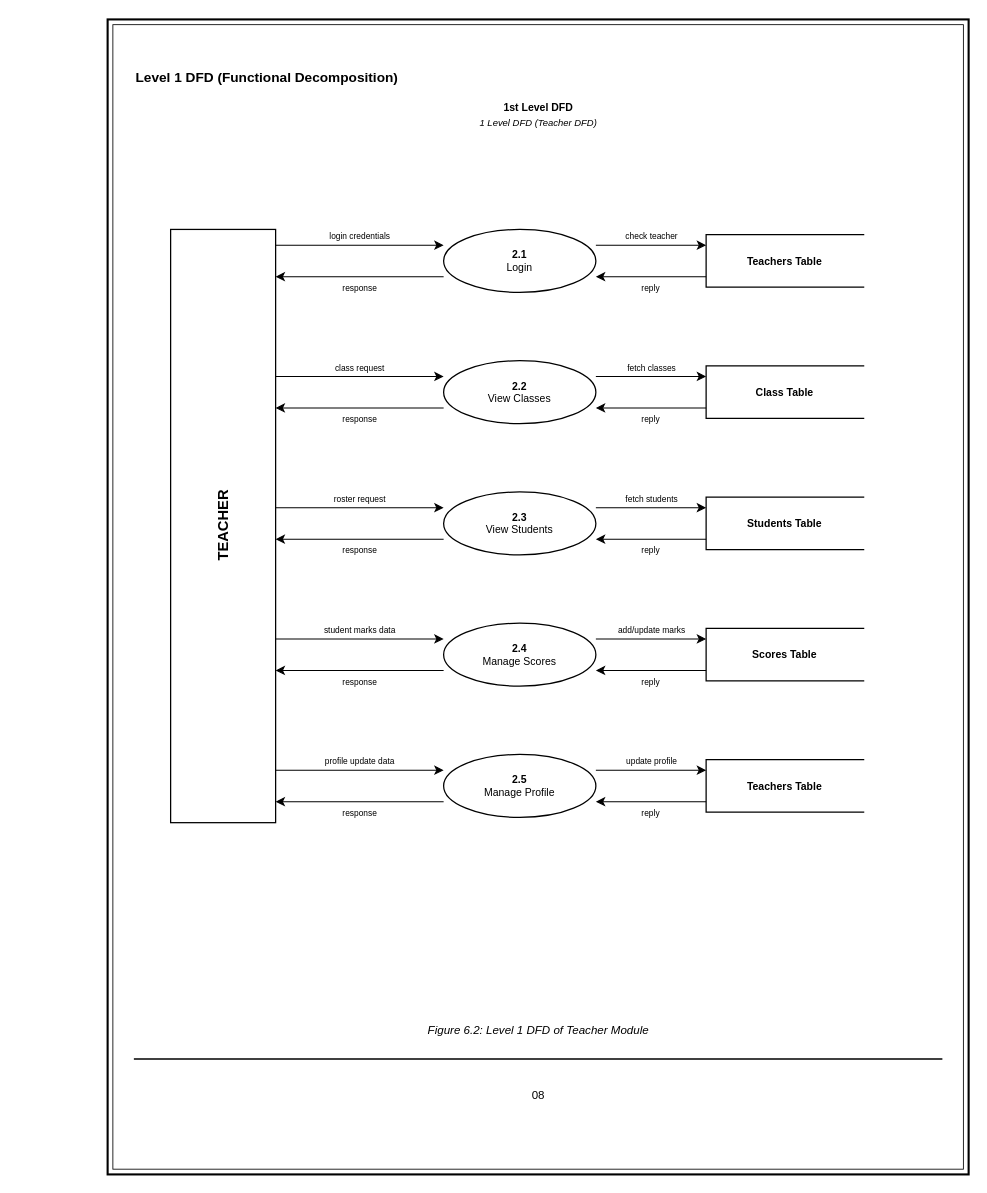
Above: teacher.drawio in aman2910sm-code/schoole (draw.io), before the change. Source tidied: cells renumbered, new cells numbered last; positions are measured from the earlier drawing's top-left corner, leaving out a move shared by most shapes. Both pictures are drawn from the tidied source at 105%, with x=0, y=0 at pixel (107, 19).
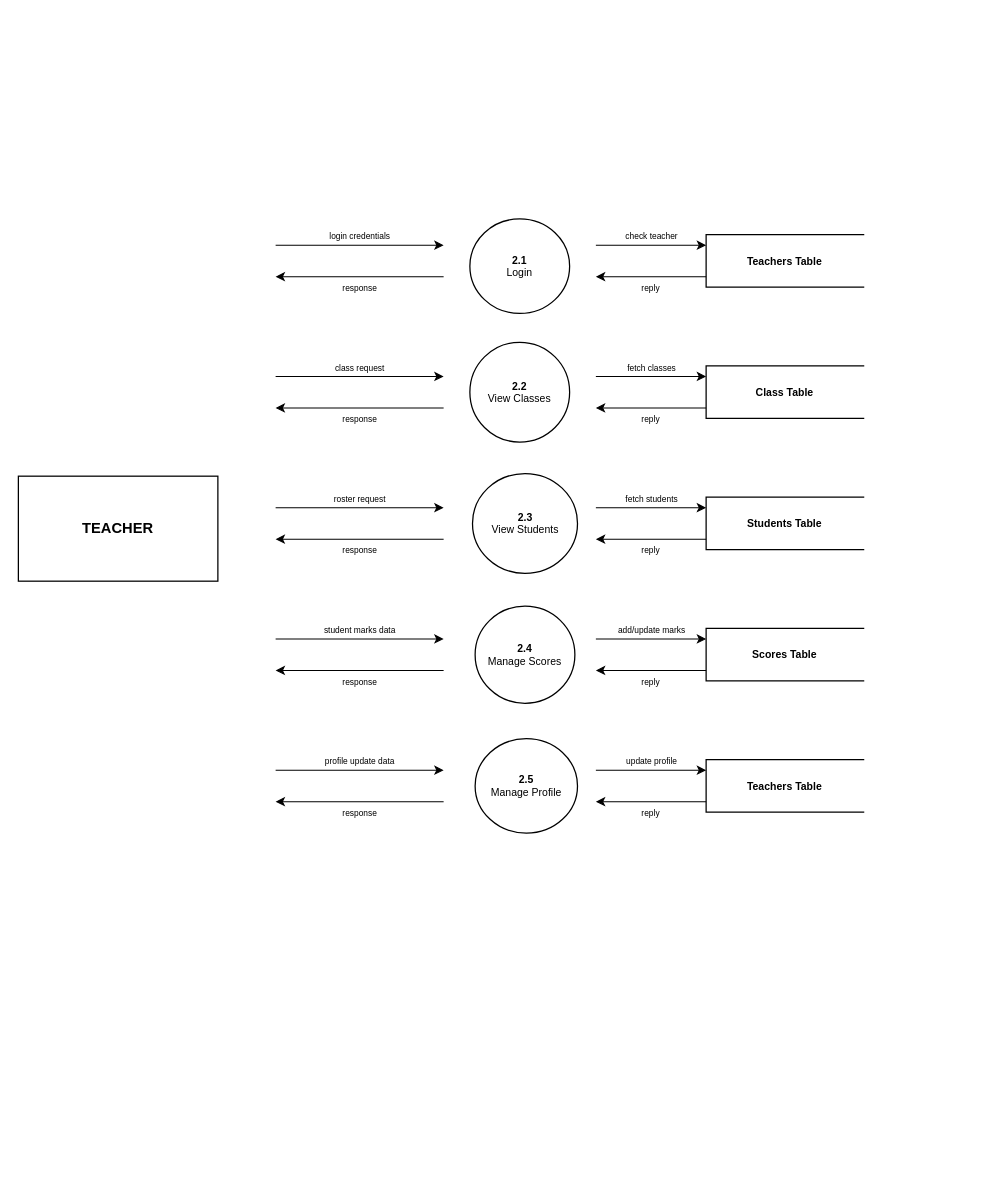
Above is the later version.

What changed in the source:
```diff
@@
-    <mxCell id="2" style="rounded=0;whiteSpace=wrap;html=1;fillColor=none;strokeColor=#000000;strokeWidth=2;" parent="1" vertex="1">
-      <mxGeometry width="820" height="1100" as="geometry" />
-    </mxCell>
-    <mxCell id="3" style="rounded=0;whiteSpace=wrap;html=1;fillColor=none;strokeColor=#000000;strokeWidth=0.8;" parent="1" vertex="1">
-      <mxGeometry x="5" y="5" width="810" height="1090" as="geometry" />
-    </mxCell>
-    <mxCell id="4" value="&lt;b&gt;Level 1 DFD (Functional Decomposition)&lt;/b&gt;" style="text;html=1;align=left;verticalAlign=middle;fontSize=13;fontColor=#000000;" parent="1" vertex="1">
-      <mxGeometry x="25" y="40" width="350" height="30" as="geometry" />
-    </mxCell>
-    <mxCell id="5" value="&lt;b&gt;1st Level DFD&lt;/b&gt;" style="text;html=1;align=center;verticalAlign=middle;fontSize=10;fontColor=#000000;" parent="1" vertex="1">
-      <mxGeometry x="310" y="75" width="200" height="18" as="geometry" />
-    </mxCell>
-    <mxCell id="6" value="&lt;i&gt;1 Level DFD (Teacher DFD)&lt;/i&gt;" style="text;html=1;align=center;verticalAlign=middle;fontSize=9;fontColor=#000000;" parent="1" vertex="1">
-      <mxGeometry x="310" y="90" width="200" height="18" as="geometry" />
-    </mxCell>
-    <mxCell id="7" value="&lt;b&gt;TEACHER&lt;/b&gt;" style="rounded=0;whiteSpace=wrap;html=1;fillColor=#FFFFFF;strokeColor=#000000;strokeWidth=1.2;fontColor=#000000;fontSize=14;fontStyle=1;horizontal=0;align=center;verticalAlign=middle;" parent="1" vertex="1">
-      <mxGeometry x="60" y="200" width="100" height="565" as="geometry" />
+    <mxCell id="7" value="&lt;b&gt;TEACHER&lt;/b&gt;" style="rounded=0;whiteSpace=wrap;html=1;fillColor=#FFFFFF;strokeColor=#000000;strokeWidth=1.2;fontColor=#000000;fontSize=14;fontStyle=1;horizontal=0;align=center;verticalAlign=middle;rotation=90;" parent="1" vertex="1">
+      <mxGeometry x="-40" y="390" width="100" height="190" as="geometry" />
     </mxCell>
     <mxCell id="8" value="&lt;b&gt;2.1&lt;/b&gt;&lt;br/&gt;Login" style="ellipse;whiteSpace=wrap;html=1;fillColor=#FFFFFF;strokeColor=#000000;strokeWidth=1.2;fontColor=#000000;fontSize=10;align=center;verticalAlign=middle;" parent="1" vertex="1">
-      <mxGeometry x="320" y="200" width="145" height="60" as="geometry" />
+      <mxGeometry x="345" y="190" width="95" height="90" as="geometry" />
     </mxCell>
@@
     <mxCell id="14" value="&lt;b&gt;2.2&lt;/b&gt;&lt;br/&gt;View Classes" style="ellipse;whiteSpace=wrap;html=1;fillColor=#FFFFFF;strokeColor=#000000;strokeWidth=1.2;fontColor=#000000;fontSize=10;align=center;verticalAlign=middle;" parent="1" vertex="1">
-      <mxGeometry x="320" y="325" width="145" height="60" as="geometry" />
+      <mxGeometry x="345" y="307.5" width="95" height="95" as="geometry" />
     </mxCell>
@@
     <mxCell id="20" value="&lt;b&gt;2.3&lt;/b&gt;&lt;br/&gt;View Students" style="ellipse;whiteSpace=wrap;html=1;fillColor=#FFFFFF;strokeColor=#000000;strokeWidth=1.2;fontColor=#000000;fontSize=10;align=center;verticalAlign=middle;" parent="1" vertex="1">
-      <mxGeometry x="320" y="450" width="145" height="60" as="geometry" />
+      <mxGeometry x="347.5" y="432.5" width="100" height="95" as="geometry" />
     </mxCell>
@@
     <mxCell id="26" value="&lt;b&gt;2.4&lt;/b&gt;&lt;br/&gt;Manage Scores" style="ellipse;whiteSpace=wrap;html=1;fillColor=#FFFFFF;strokeColor=#000000;strokeWidth=1.2;fontColor=#000000;fontSize=10;align=center;verticalAlign=middle;" parent="1" vertex="1">
-      <mxGeometry x="320" y="575" width="145" height="60" as="geometry" />
+      <mxGeometry x="350" y="558.8" width="95" height="92.5" as="geometry" />
     </mxCell>
@@
     <mxCell id="32" value="&lt;b&gt;2.5&lt;/b&gt;&lt;br/&gt;Manage Profile" style="ellipse;whiteSpace=wrap;html=1;fillColor=#FFFFFF;strokeColor=#000000;strokeWidth=1.2;fontColor=#000000;fontSize=10;align=center;verticalAlign=middle;" parent="1" vertex="1">
-      <mxGeometry x="320" y="700" width="145" height="60" as="geometry" />
+      <mxGeometry x="350" y="685" width="97.5" height="90" as="geometry" />
     </mxCell>
@@
-    <mxCell id="38" value="&lt;i&gt;Figure 6.2: Level 1 DFD of Teacher Module&lt;/i&gt;" style="text;html=1;align=center;verticalAlign=middle;fontSize=11;fontColor=#000000;fontStyle=2;" parent="1" vertex="1">
-      <mxGeometry x="210" y="950" width="400" height="25" as="geometry" />
-    </mxCell>
-    <mxCell id="39" style="edgeStyle=none;rounded=0;html=1;endArrow=none;strokeColor=#000000;strokeWidth=1.5;" parent="1" edge="1">
-      <mxGeometry relative="1" as="geometry">
-        <mxPoint x="25" y="990" as="sourcePoint" />
-        <mxPoint x="795" y="990" as="targetPoint" />
-      </mxGeometry>
-    </mxCell>
-    <mxCell id="40" value="08" style="text;html=1;align=center;verticalAlign=middle;fontSize=11;fontColor=#000000;" parent="1" vertex="1">
-      <mxGeometry x="385" y="1015" width="50" height="20" as="geometry" />
-    </mxCell>
```
